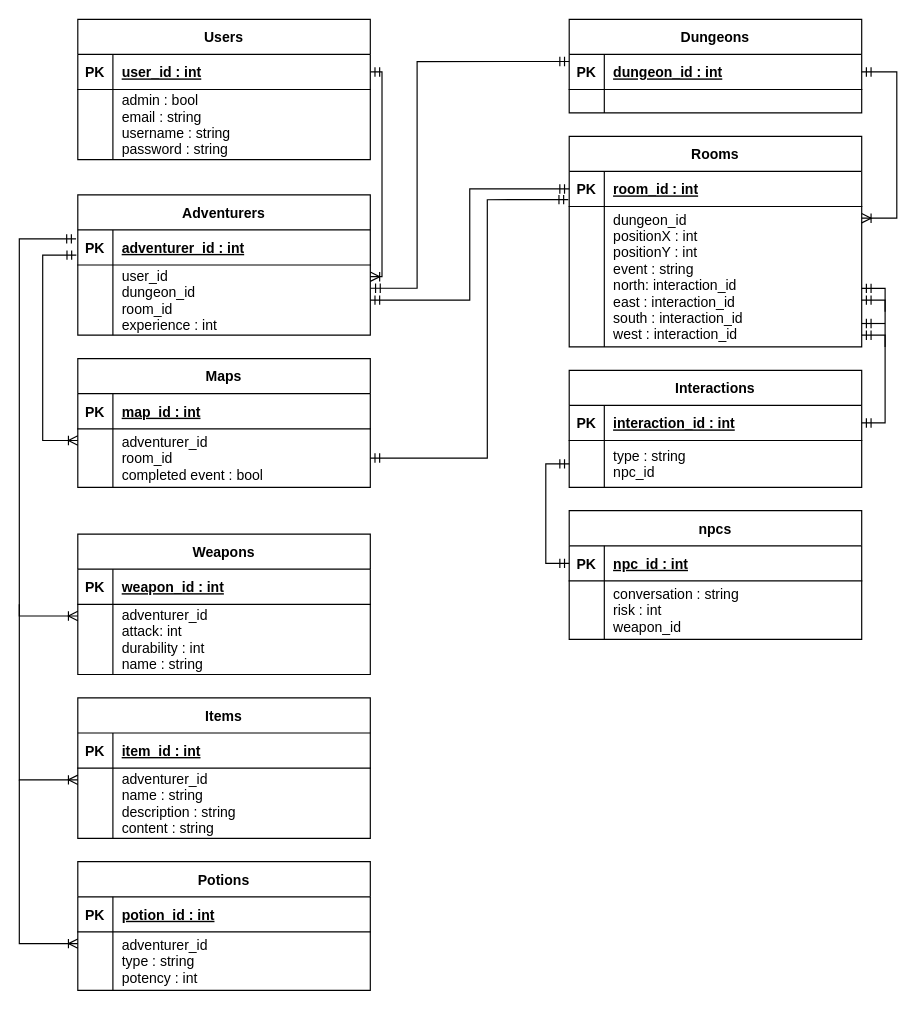
Before: Documentation/Diagrams/ERD.drawio in Thomas-Molen/FHICT-S3-IP, a draw.io diagram. Source tidied: cells renumbered, new cells numbered last; positions are measured from the earlier drawing's top-left corner, leaving out a move shared by most shapes. Both pictures are drawn from the tidied source at 117%, with x=0, y=0 at pixel (19, 19).
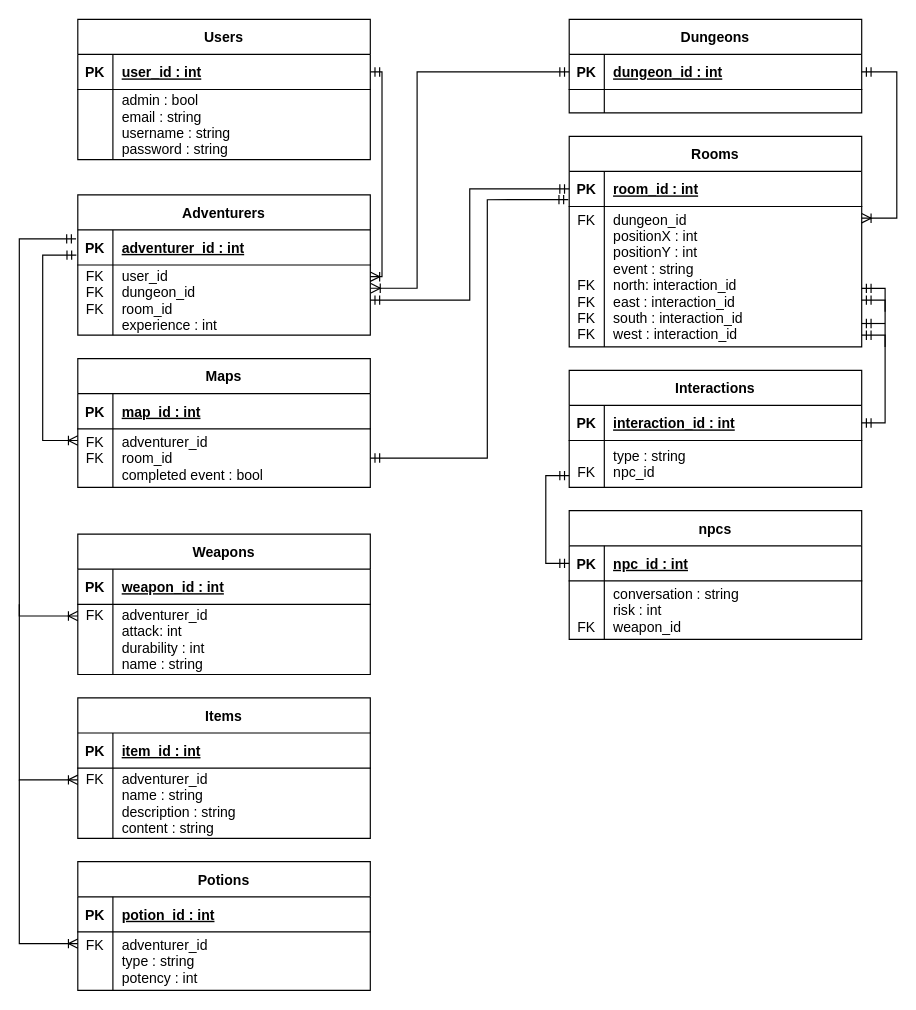
The same page after the edit.

Commit message (it also covers changes not shown here):
Added research document and updated ERD

Unchanged cells that the change refers to:
```xml
<mxCell id="10" style="shape=partialRectangle;fillColor=none;points=[[0,0.5],[1,0.5]];portConstraint=eastwest;top=0;left=0;right=0;bottom=1;" parent="9" vertex="1">
  <mxGeometry y="30" width="250" height="30" as="geometry" />
</mxCell>
<mxCell id="20" style="shape=partialRectangle;fillColor=none;points=[[0,0.5],[1,0.5]];portConstraint=eastwest;top=0;left=0;right=0;bottom=0;" parent="16" vertex="1">
  <mxGeometry y="60" width="250" height="120" as="geometry" />
</mxCell>
<mxCell id="28" style="shape=partialRectangle;fillColor=none;points=[[0,0.5],[1,0.5]];portConstraint=eastwest;top=0;left=0;right=0;bottom=0;" parent="24" vertex="1">
  <mxGeometry y="60" width="250" height="60" as="geometry" />
</mxCell>
<mxCell id="35" style="shape=partialRectangle;fillColor=none;points=[[0,0.5],[1,0.5]];portConstraint=eastwest;top=0;left=0;right=0;bottom=0;" parent="31" vertex="1">
  <mxGeometry y="60" width="250" height="60" as="geometry" />
</mxCell>
<mxCell id="42" style="shape=partialRectangle;fillColor=none;points=[[0,0.5],[1,0.5]];portConstraint=eastwest;top=0;left=0;right=0;bottom=0;" parent="38" vertex="1">
  <mxGeometry y="60" width="250" height="60" as="geometry" />
</mxCell>
<mxCell id="49" style="shape=partialRectangle;fillColor=none;points=[[0,0.5],[1,0.5]];portConstraint=eastwest;top=0;left=0;right=0;bottom=0;" parent="45" vertex="1">
  <mxGeometry y="60" width="250" height="50" as="geometry" />
</mxCell>
<mxCell id="56" style="shape=partialRectangle;fillColor=none;points=[[0,0.5],[1,0.5]];portConstraint=eastwest;top=0;left=0;right=0;bottom=0;" parent="52" vertex="1">
  <mxGeometry y="60" width="250" height="50" as="geometry" />
</mxCell>
<mxCell id="63" style="shape=partialRectangle;fillColor=none;points=[[0,0.5],[1,0.5]];portConstraint=eastwest;top=0;left=0;right=0;bottom=0;" parent="59" vertex="1">
  <mxGeometry y="60" width="250" height="40" as="geometry" />
</mxCell>
<mxCell id="67" style="shape=partialRectangle;fillColor=none;points=[[0,0.5],[1,0.5]];portConstraint=eastwest;top=0;left=0;right=0;bottom=1;" parent="66" vertex="1">
  <mxGeometry y="30" width="250" height="30" as="geometry" />
</mxCell>
<mxCell id="70" style="shape=partialRectangle;fillColor=none;top=0;left=0;right=0;bottom=0;" parent="66" vertex="1">
  <mxGeometry y="60" width="250" height="50" as="geometry" />
</mxCell>
```

Diff of the diagram source:
```diff
@@
-    <mxCell id="21" style="shape=partialRectangle;overflow=hidden;fillColor=none;top=0;left=0;bottom=0;right=0;" parent="20" vertex="1">
+    <mxCell id="21" value="FK&#10;&#10;&#10;&#10;FK&#10;FK&#10;FK&#10;FK" style="shape=partialRectangle;overflow=hidden;fillColor=none;top=0;left=0;bottom=0;right=0;" parent="20" vertex="1">
       <mxGeometry width="30" height="120" as="geometry" />
     </mxCell>
@@
-    <mxCell id="23" style="edgeStyle=orthogonalEdgeStyle;rounded=0;jettySize=auto;html=1;entryX=0;entryY=0.202;entryDx=0;entryDy=0;startArrow=ERmandOne;startFill=0;endArrow=ERmandOne;endFill=0;exitX=1.002;exitY=0.331;exitDx=0;exitDy=0;exitPerimeter=0;entryPerimeter=0;" parent="1" edge="1" source="28" target="10">
+    <mxCell id="23" style="edgeStyle=orthogonalEdgeStyle;rounded=0;jettySize=auto;html=1;startArrow=ERoneToMany;startFill=0;endArrow=ERmandOne;endFill=0;exitX=1.002;exitY=0.331;exitDx=0;exitDy=0;exitPerimeter=0;" parent="1" edge="1" source="28">
       <mxGeometry relative="1" as="geometry">
+        <mxPoint x="470" y="45" as="targetPoint" />
         <Array as="points">
           <mxPoint x="340" y="230" />
-          <mxPoint x="340" y="36" />
+          <mxPoint x="340" y="45" />
+          <mxPoint x="470" y="45" />
         </Array>
       </mxGeometry>
     </mxCell>
@@
-    <mxCell id="29" style="shape=partialRectangle;overflow=hidden;fillColor=none;top=0;left=0;bottom=0;right=0;" parent="28" vertex="1">
+    <mxCell id="29" value="FK&#10;FK&#10;FK&#10;" style="shape=partialRectangle;overflow=hidden;fillColor=none;top=0;left=0;bottom=0;right=0;" parent="28" vertex="1">
       <mxGeometry width="30" height="60" as="geometry" />
     </mxCell>
@@
-    <mxCell id="36" style="shape=partialRectangle;overflow=hidden;fillColor=none;top=0;left=0;bottom=0;right=0;" parent="35" vertex="1">
+    <mxCell id="36" value="FK&#10;&#10;&#10;" style="shape=partialRectangle;overflow=hidden;fillColor=none;top=0;left=0;bottom=0;right=0;" parent="35" vertex="1">
       <mxGeometry width="30" height="60" as="geometry" />
     </mxCell>
@@
-    <mxCell id="43" style="shape=partialRectangle;overflow=hidden;fillColor=none;top=0;left=0;bottom=0;right=0;" parent="42" vertex="1">
+    <mxCell id="43" value="FK&#10;&#10;&#10;" style="shape=partialRectangle;overflow=hidden;fillColor=none;top=0;left=0;bottom=0;right=0;" parent="42" vertex="1">
       <mxGeometry width="30" height="60" as="geometry" />
     </mxCell>
@@
-    <mxCell id="50" style="shape=partialRectangle;overflow=hidden;fillColor=none;top=0;left=0;bottom=0;right=0;" parent="49" vertex="1">
+    <mxCell id="50" value="FK&#10;&#10;" style="shape=partialRectangle;overflow=hidden;fillColor=none;top=0;left=0;bottom=0;right=0;" parent="49" vertex="1">
       <mxGeometry width="30" height="50" as="geometry" />
     </mxCell>
@@
-    <mxCell id="57" style="shape=partialRectangle;overflow=hidden;fillColor=none;top=0;left=0;bottom=0;right=0;" parent="56" vertex="1">
+    <mxCell id="57" value="FK&#10;FK&#10;" style="shape=partialRectangle;overflow=hidden;fillColor=none;top=0;left=0;bottom=0;right=0;" parent="56" vertex="1">
       <mxGeometry width="30" height="50" as="geometry" />
     </mxCell>
@@
-    <mxCell id="64" style="shape=partialRectangle;overflow=hidden;fillColor=none;top=0;left=0;bottom=0;right=0;" parent="63" vertex="1">
+    <mxCell id="64" value="&#10;FK" style="shape=partialRectangle;overflow=hidden;fillColor=none;top=0;left=0;bottom=0;right=0;" parent="63" vertex="1">
       <mxGeometry width="30" height="40" as="geometry" />
     </mxCell>
@@
-    <mxCell id="71" style="shape=partialRectangle;overflow=hidden;fillColor=none;top=0;left=0;bottom=0;right=0;" parent="70" vertex="1">
+    <mxCell id="71" value="&#10;&#10;FK" style="shape=partialRectangle;overflow=hidden;fillColor=none;top=0;left=0;bottom=0;right=0;" parent="70" vertex="1">
       <mxGeometry width="30" height="50" as="geometry" />
     </mxCell>
@@
-    <mxCell id="85" style="edgeStyle=orthogonalEdgeStyle;rounded=0;jettySize=auto;html=1;entryX=0;entryY=0.5;entryDx=0;entryDy=0;startArrow=ERmandOne;startFill=0;endArrow=ERmandOne;endFill=0;" parent="1" edge="1" source="63" target="67">
+    <mxCell id="85" style="edgeStyle=orthogonalEdgeStyle;rounded=0;jettySize=auto;html=1;entryX=0;entryY=0.5;entryDx=0;entryDy=0;startArrow=ERmandOne;startFill=0;endArrow=ERmandOne;endFill=0;exitX=0;exitY=0.75;exitDx=0;exitDy=0;exitPerimeter=0;" parent="1" edge="1" source="63" target="67">
       <mxGeometry relative="1" as="geometry">
         <Array as="points">
-          <mxPoint x="450" y="380" />
+          <mxPoint x="450" y="390" />
           <mxPoint x="450" y="465" />
         </Array>
       </mxGeometry>
     </mxCell>
```
